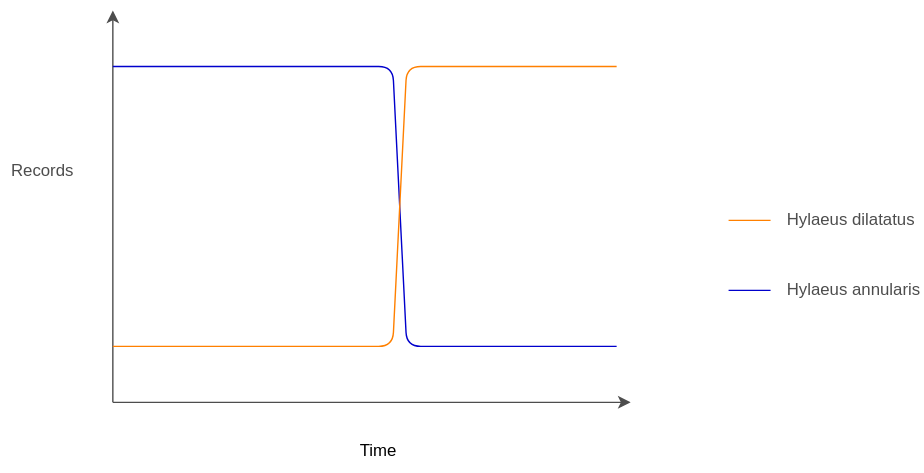
The draw.io diagram image/hylaeus.drawio.svg in Edwards-R/understanding_docs, before a commit. Source tidied: cells renumbered, new cells last; positions are measured from the earlier drawing's top-left corner, leaving out a move shared by most shapes.
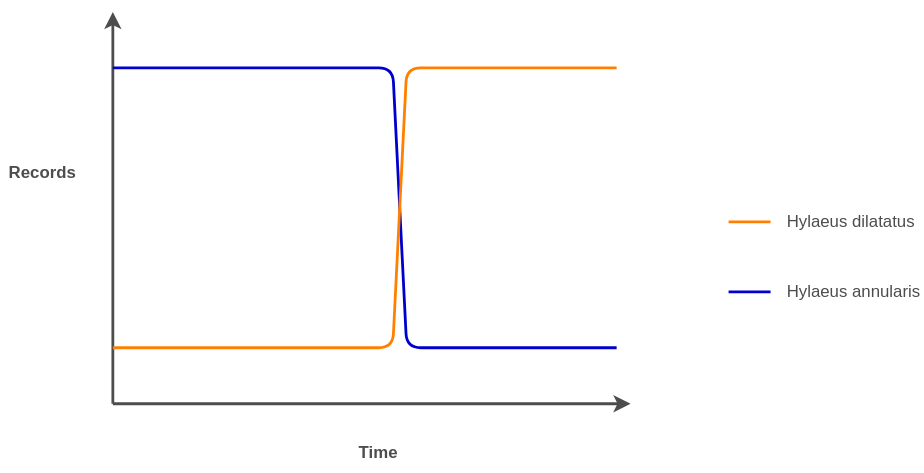
Later version of the same file.

What changed in the source:
```diff
@@ -2,25 +2,25 @@
   <root>
     <mxCell id="0" />
     <mxCell id="1" parent="0" />
-    <mxCell id="2" style="endArrow=classic;html=1;endFill=1;strokeColor=#4D4D4D;fontColor=#4D4D4D;" parent="1" edge="1">
+    <mxCell id="2" style="endArrow=classic;html=1;endFill=1;strokeColor=#4D4D4D;fontColor=#4D4D4D;strokeWidth=2;" parent="1" edge="1">
       <mxGeometry relative="1" as="geometry">
         <mxPoint x="80" y="280" as="sourcePoint" />
         <mxPoint x="80" as="targetPoint" />
       </mxGeometry>
     </mxCell>
-    <mxCell id="3" style="endArrow=classic;html=1;endFill=1;strokeColor=#4D4D4D;fontColor=#4D4D4D;" parent="1" edge="1">
+    <mxCell id="3" style="endArrow=classic;html=1;endFill=1;strokeColor=#4D4D4D;fontColor=#4D4D4D;strokeWidth=2;" parent="1" edge="1">
       <mxGeometry relative="1" as="geometry">
         <mxPoint x="80" y="280" as="sourcePoint" />
         <mxPoint x="450" y="280" as="targetPoint" />
       </mxGeometry>
     </mxCell>
-    <mxCell id="4" value="Records" style="text;html=1;align=center;verticalAlign=middle;whiteSpace=wrap;rounded=0;strokeColor=none;fontColor=#4D4D4D;" parent="1" vertex="1">
+    <mxCell id="4" value="Records" style="text;html=1;align=center;verticalAlign=middle;whiteSpace=wrap;rounded=0;strokeColor=none;fontColor=#4D4D4D;fontStyle=1;" parent="1" vertex="1">
       <mxGeometry y="100" width="60" height="30" as="geometry" />
     </mxCell>
-    <mxCell id="5" value="Time" style="text;html=1;align=center;verticalAlign=middle;whiteSpace=wrap;rounded=0;" parent="1" vertex="1">
+    <mxCell id="5" value="Time" style="text;html=1;align=center;verticalAlign=middle;whiteSpace=wrap;rounded=0;fontStyle=1;fontColor=#4D4D4D;" parent="1" vertex="1">
       <mxGeometry x="240" y="300" width="60" height="30" as="geometry" />
     </mxCell>
-    <mxCell id="6" style="endArrow=none;html=1;strokeColor=#0000CC;" parent="1" edge="1">
+    <mxCell id="6" style="endArrow=none;html=1;strokeColor=#0000CC;strokeWidth=2;" parent="1" edge="1">
       <mxGeometry relative="1" as="geometry">
         <mxPoint x="80" y="40" as="sourcePoint" />
         <mxPoint x="440" y="240" as="targetPoint" />
@@ -30,7 +30,7 @@
         </Array>
       </mxGeometry>
     </mxCell>
-    <mxCell id="7" style="endArrow=none;html=1;strokeColor=#FF8000;" parent="1" edge="1">
+    <mxCell id="7" style="endArrow=none;html=1;strokeColor=#FF8000;strokeWidth=2;" parent="1" edge="1">
       <mxGeometry relative="1" as="geometry">
         <mxPoint x="80" y="240" as="sourcePoint" />
         <mxPoint x="440" y="40" as="targetPoint" />
@@ -40,7 +40,7 @@
         </Array>
       </mxGeometry>
     </mxCell>
-    <mxCell id="8" style="endArrow=none;html=1;strokeColor=#0000CC;" parent="1" edge="1">
+    <mxCell id="8" style="endArrow=none;html=1;strokeColor=#0000CC;strokeWidth=2;" parent="1" edge="1">
       <mxGeometry relative="1" as="geometry">
         <mxPoint x="520" y="200" as="sourcePoint" />
         <mxPoint x="550" y="200" as="targetPoint" />
@@ -49,7 +49,7 @@
     <mxCell id="9" value="Hylaeus annularis" style="text;html=1;align=left;verticalAlign=middle;whiteSpace=wrap;rounded=0;strokeColor=none;fontColor=#4D4D4D;" parent="1" vertex="1">
       <mxGeometry x="560" y="190" width="100" height="20" as="geometry" />
     </mxCell>
-    <mxCell id="10" style="endArrow=none;html=1;strokeColor=#FF8000;" parent="1" edge="1">
+    <mxCell id="10" style="endArrow=none;html=1;strokeColor=#FF8000;strokeWidth=2;" parent="1" edge="1">
       <mxGeometry relative="1" as="geometry">
         <mxPoint x="520" y="150" as="sourcePoint" />
         <mxPoint x="550" y="150" as="targetPoint" />
```
